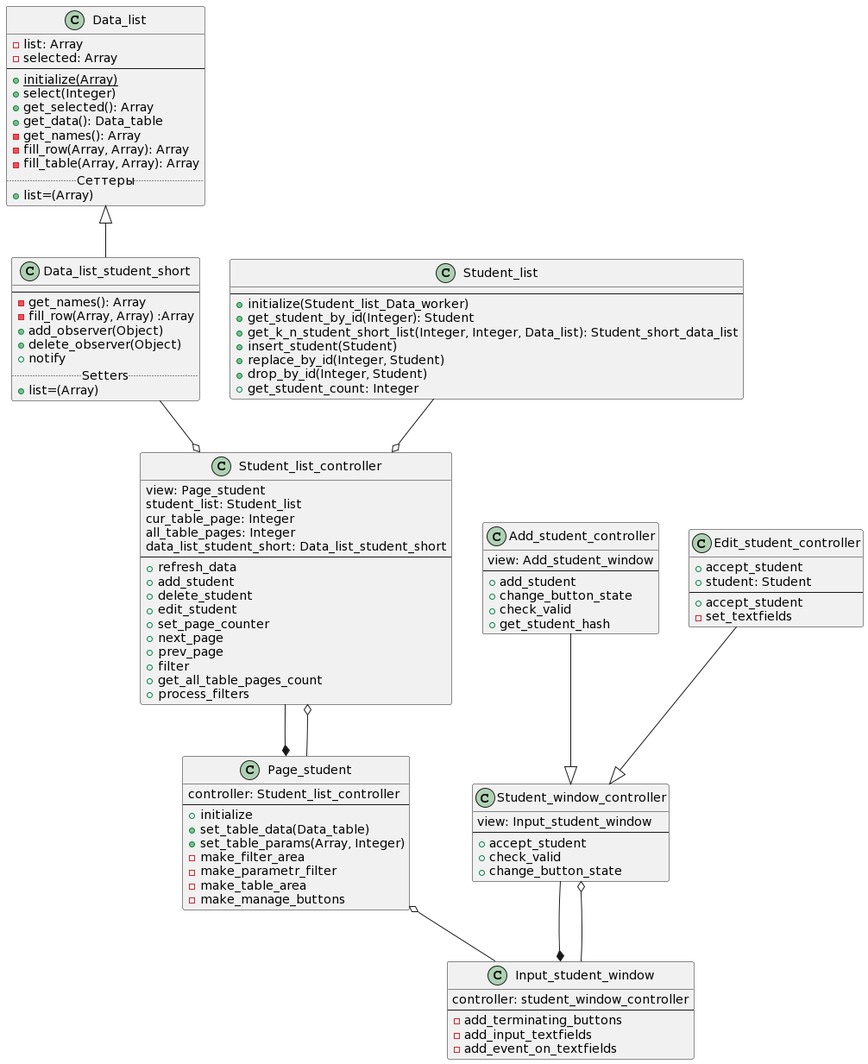
This is Lab2/Student/diagrams/MVC.png from VitalijGolovij/PatternProgLabs, a PlantUML export, as it was before one commit.
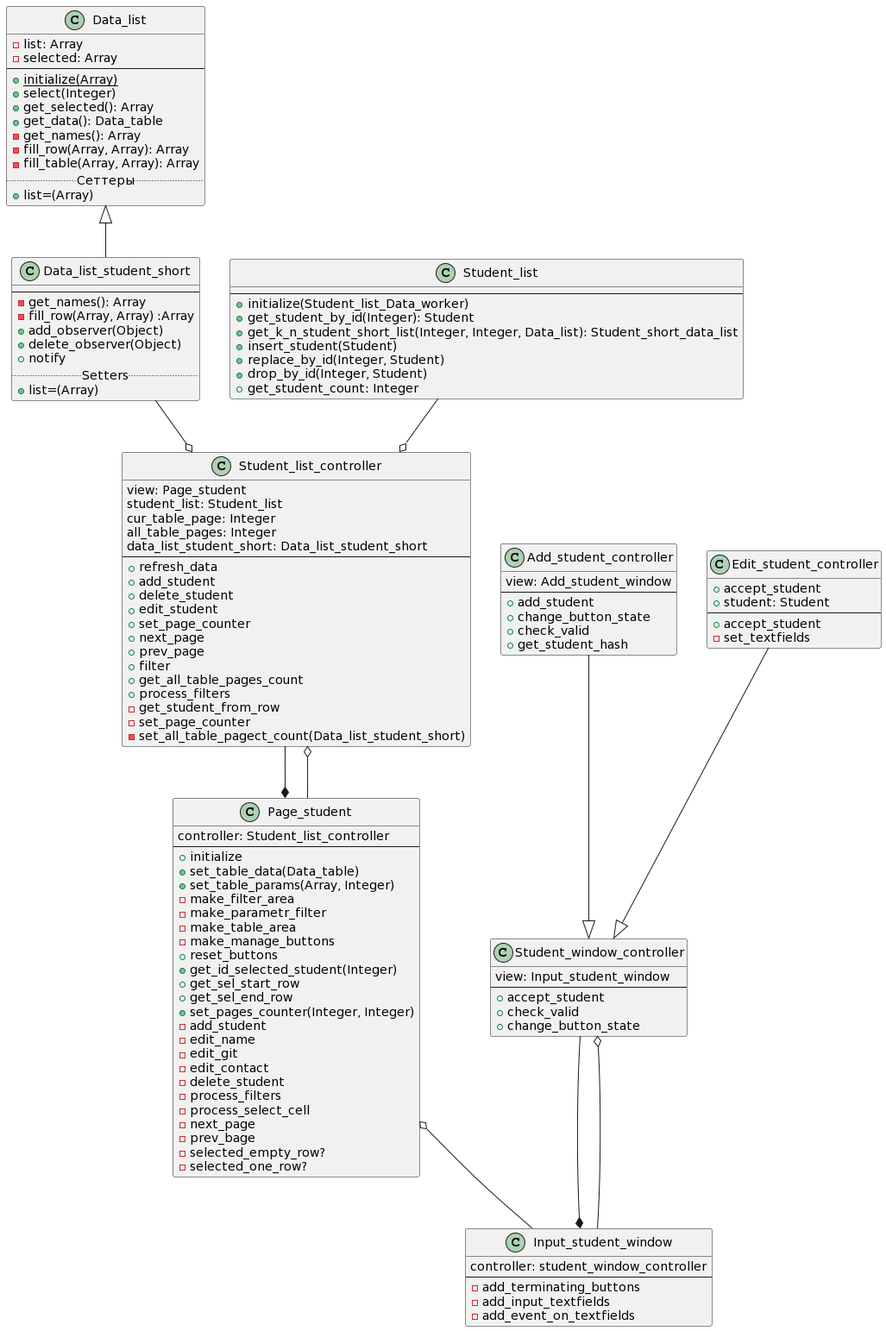
The same diagram one commit later.

Change to the diagram source:
```diff
@@ -49,6 +49,22 @@
 -make_parametr_filter
 -make_table_area
 -make_manage_buttons
++reset_buttons
++get_id_selected_student(Integer)
++get_sel_start_row
++get_sel_end_row
++set_pages_counter(Integer, Integer)
+-add_student
+-edit_name
+-edit_git
+-edit_contact
+-delete_student
+-process_filters
+-process_select_cell
+-next_page
+-prev_bage
+-selected_empty_row?
+-selected_one_row?
 }
 
 class Student_list_controller
@@ -69,6 +85,9 @@
 +filter
 +get_all_table_pages_count
 +process_filters
+-get_student_from_row
+-set_page_counter
+-set_all_table_pagect_count(Data_list_student_short)
 }
 
 class Input_student_window
```
